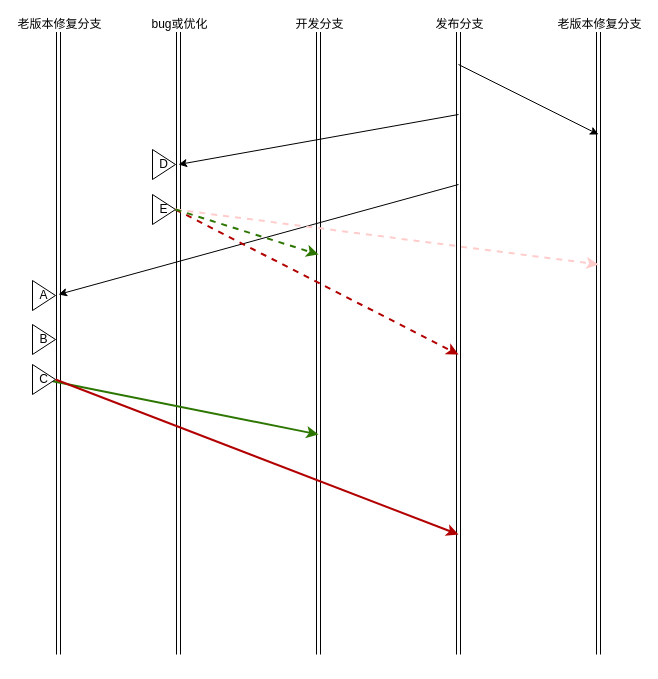
Before: gitflow.drawio in yourwafer/readdoc, a draw.io diagram. Source tidied: cells renumbered, new cells numbered last; positions are measured from the earlier drawing's top-left corner, leaving out a move shared by most shapes. Both pictures are drawn from the tidied source at 100%, with x=0, y=0 at pixel (32, 24).
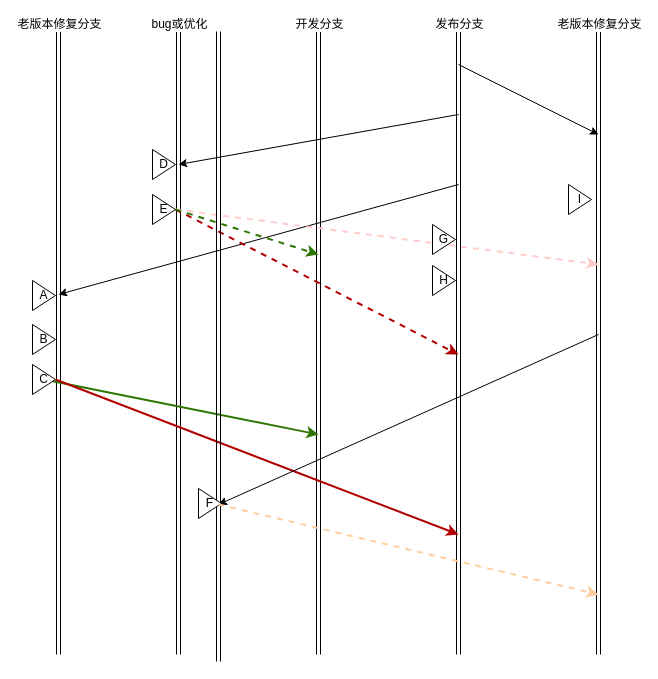
The same page after the edit.

Change to the diagram source:
```diff
@@
+    <mxCell id="26" style="shape=link;html=1;" parent="1" edge="1">
+      <mxGeometry relative="1" as="geometry">
+        <mxPoint x="186" y="637" as="sourcePoint" />
+        <mxPoint x="186" y="7" as="targetPoint" />
+      </mxGeometry>
+    </mxCell>
+    <mxCell id="27" style="endArrow=classic;html=1;strokeColor=#000000;strokeWidth=1;" parent="1" edge="1">
+      <mxGeometry relative="1" as="geometry">
+        <mxPoint x="566" y="310" as="sourcePoint" />
+        <mxPoint x="186" y="480" as="targetPoint" />
+      </mxGeometry>
+    </mxCell>
+    <mxCell id="28" value="F" style="triangle;whiteSpace=wrap;html=1;" parent="1" vertex="1">
+      <mxGeometry x="166" y="464" width="23" height="30" as="geometry" />
+    </mxCell>
+    <mxCell id="29" style="endArrow=classic;html=1;strokeColor=#FFCE9F;strokeWidth=2;fillColor=#ffcccc;dashed=1;" parent="1" edge="1">
+      <mxGeometry relative="1" as="geometry">
+        <mxPoint x="186" y="480" as="sourcePoint" />
+        <mxPoint x="566" y="570" as="targetPoint" />
+      </mxGeometry>
+    </mxCell>
+    <mxCell id="30" value="G" style="triangle;whiteSpace=wrap;html=1;" parent="1" vertex="1">
+      <mxGeometry x="400" y="200" width="23" height="30" as="geometry" />
+    </mxCell>
+    <mxCell id="31" value="H" style="triangle;whiteSpace=wrap;html=1;" parent="1" vertex="1">
+      <mxGeometry x="400" y="241" width="23" height="30" as="geometry" />
+    </mxCell>
+    <mxCell id="32" value="I" style="triangle;whiteSpace=wrap;html=1;" parent="1" vertex="1">
+      <mxGeometry x="536" y="160" width="23" height="30" as="geometry" />
+    </mxCell>
```
